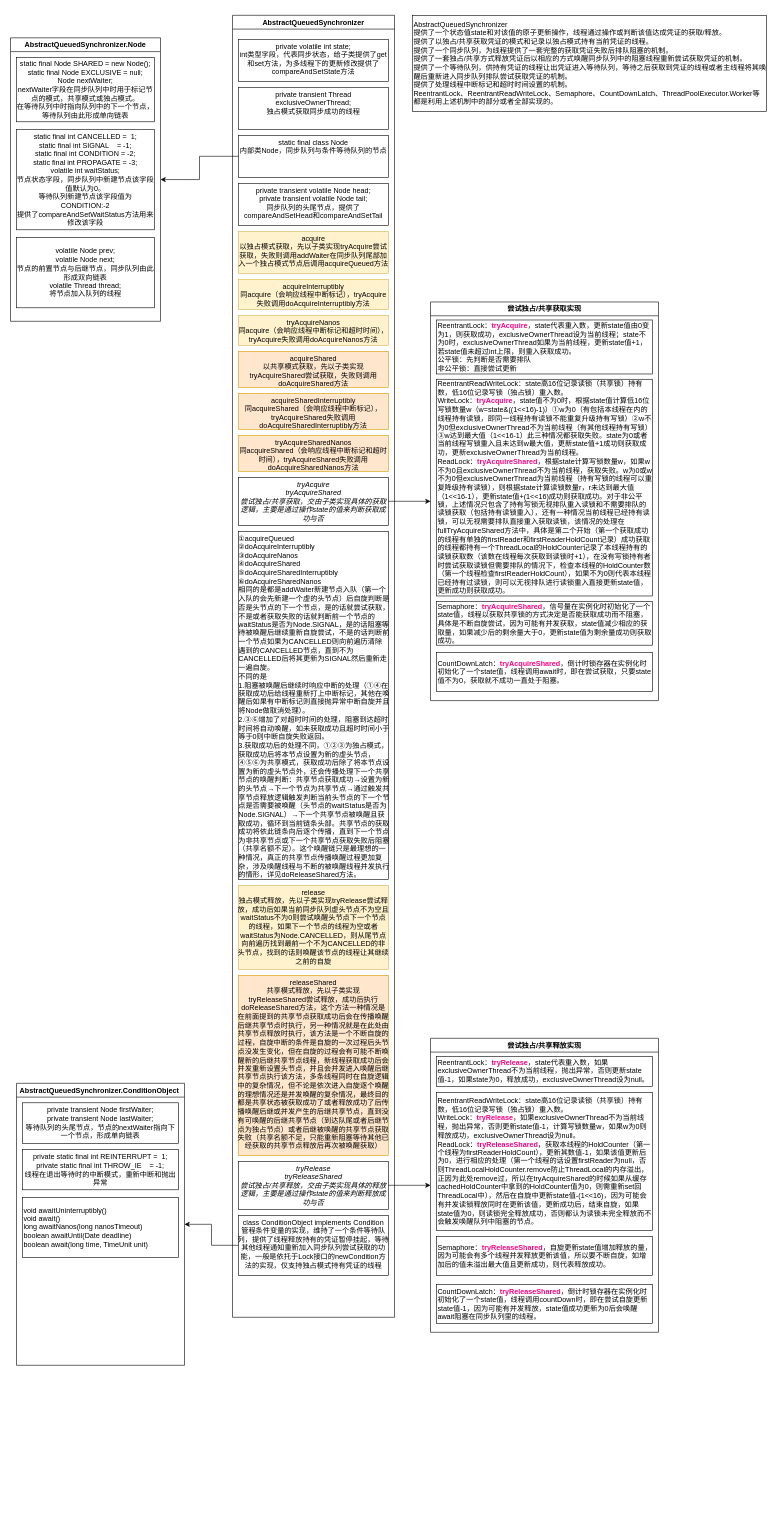
a7956232/drawIOFiles keeps this draw.io diagram as AbstractQueuedSynchronizer.drawio. Above is the earlier version. Source tidied: cells renumbered, new cells numbered last; positions are measured from the earlier drawing's top-left corner, leaving out a move shared by most shapes. Both pictures are drawn from the tidied source at 60%, with x=0, y=0 at pixel (10, 15).
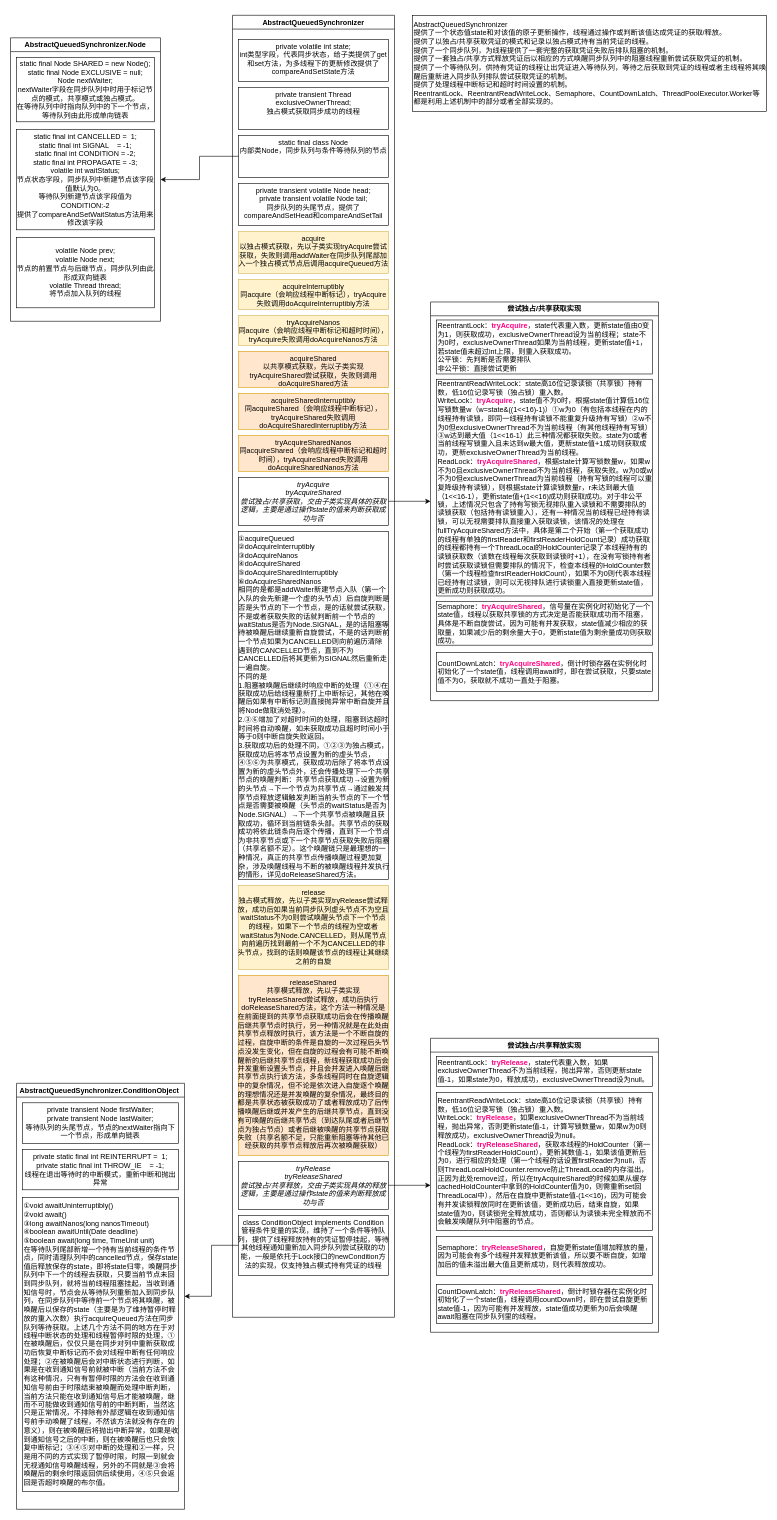
The same page after the edit.

The edit, as a diff of the source:
```diff
@@
     <mxCell id="37" value="AbstractQueuedSynchronizer.ConditionObject " style="swimlane;whiteSpace=wrap;rounded=0;labelBackgroundColor=none;strokeColor=default;fontFamily=Helvetica;fontSize=12;fontColor=#000000;fillColor=default;" parent="1" vertex="1">
-      <mxGeometry x="10" y="1780" width="280" height="470" as="geometry" />
+      <mxGeometry x="10" y="1780" width="280" height="710" as="geometry" />
     </mxCell>
@@
-    <mxCell id="40" value="void awaitUninterruptibly()&lt;br&gt;void await()&lt;br&gt;long awaitNanos(long nanosTimeout)&lt;br&gt;boolean awaitUntil(Date deadline)&lt;br&gt;boolean await(long time, TimeUnit unit)" style="rounded=0;whiteSpace=wrap;html=1;labelBackgroundColor=none;strokeColor=default;fontFamily=Helvetica;fontSize=12;fontColor=#000000;fillColor=default;align=left;" parent="37" vertex="1">
-      <mxGeometry x="10" y="190" width="260" height="100" as="geometry" />
+    <mxCell id="40" value="①void awaitUninterruptibly()&lt;br&gt;②void await()&lt;br&gt;③long awaitNanos(long nanosTimeout)&lt;br&gt;④boolean awaitUntil(Date deadline)&lt;br&gt;⑤boolean await(long time, TimeUnit unit)&lt;br&gt;在等待队列尾部新增一个持有当前线程的条件节点，同时清理队列中的cancelled节点，保存state值后释放保存的state，即将state归零，唤醒同步队列中下一个的线程去获取，只要当前节点未回到同步队列，就将当前线程阻塞挂起，当收到通知信号时，节点会从等待队列重新加入到同步队列，在同步队列中等待前一个节点将其唤醒，被唤醒后以保存的state（主要是为了维持暂停时释放的重入次数）执行acquireQueued方法在同步队列等待获取。上述几个方法不同的地方在于对线程中断状态的处理和线程暂停时限的处理，①在被唤醒后，仅仅只是在同步对列中重新获取成功后恢复中断标记而不会对线程中断有任何响应处理；②在被唤醒后会对中断状态进行判断，如果是在收到通知信号前就被中断（当前方法不会有这种情况，只有有暂停时限的方法会在收到通知信号前由于时限结束被唤醒而处理中断判断，当前方法只能在收到通知信号后才能被唤醒，继而不可能做收到通知信号前的中断判断，当然这只是正常情况，不排除有外部逻辑在收到通知信号前手动唤醒了线程，不然该方法就没有存在的意义），则在被唤醒后将抛出中断异常，如果是收到通知信号之后的中断，则在被唤醒后也只会恢复中断标记；③④⑤对中断的处理和②一样，只是用不同的方式实现了暂停时限，时限一到就会无视通知信号唤醒线程，另外的不同就是③会将唤醒后的剩余时限返回供后续使用，④⑤只会返回是否超时唤醒的布尔值。" style="rounded=0;whiteSpace=wrap;html=1;labelBackgroundColor=none;strokeColor=default;fontFamily=Helvetica;fontSize=12;fontColor=#000000;fillColor=default;align=left;" parent="37" vertex="1">
+      <mxGeometry x="10" y="190" width="260" height="490" as="geometry" />
     </mxCell>
```
